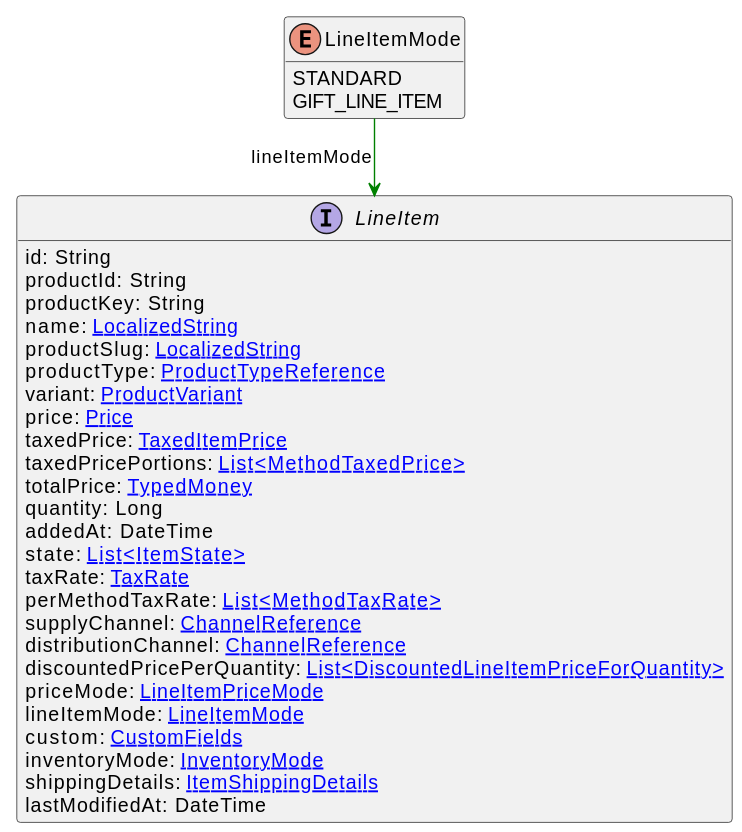
This is uml/api/svg/LineItemMode.svg from commercetools/commercetools-api-reference, a PlantUML export, as it was before one commit.
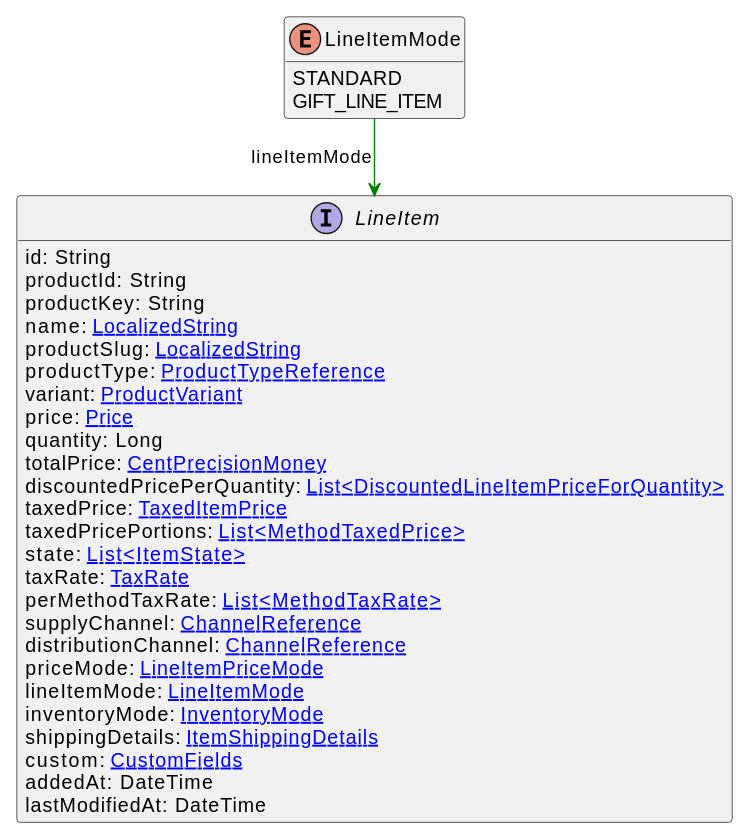
After the change.

What changed in the source:
```diff
@@ -14,22 +14,22 @@
     productType: [[ProductTypeReference.svg ProductTypeReference]]
     variant: [[ProductVariant.svg ProductVariant]]
     price: [[Price.svg Price]]
+    quantity: Long
+    totalPrice: [[CentPrecisionMoney.svg CentPrecisionMoney]]
+    discountedPricePerQuantity: [[DiscountedLineItemPriceForQuantity.svg List<DiscountedLineItemPriceForQuantity>]]
     taxedPrice: [[TaxedItemPrice.svg TaxedItemPrice]]
     taxedPricePortions: [[MethodTaxedPrice.svg List<MethodTaxedPrice>]]
-    totalPrice: [[TypedMoney.svg TypedMoney]]
-    quantity: Long
-    addedAt: DateTime
     state: [[ItemState.svg List<ItemState>]]
     taxRate: [[TaxRate.svg TaxRate]]
     perMethodTaxRate: [[MethodTaxRate.svg List<MethodTaxRate>]]
     supplyChannel: [[ChannelReference.svg ChannelReference]]
     distributionChannel: [[ChannelReference.svg ChannelReference]]
-    discountedPricePerQuantity: [[DiscountedLineItemPriceForQuantity.svg List<DiscountedLineItemPriceForQuantity>]]
     priceMode: [[LineItemPriceMode.svg LineItemPriceMode]]
     lineItemMode: [[LineItemMode.svg LineItemMode]]
-    custom: [[CustomFields.svg CustomFields]]
     inventoryMode: [[InventoryMode.svg InventoryMode]]
     shippingDetails: [[ItemShippingDetails.svg ItemShippingDetails]]
+    custom: [[CustomFields.svg CustomFields]]
+    addedAt: DateTime
     lastModifiedAt: DateTime
 }
 LineItemMode --> LineItem #green;text:green : "lineItemMode"
```
